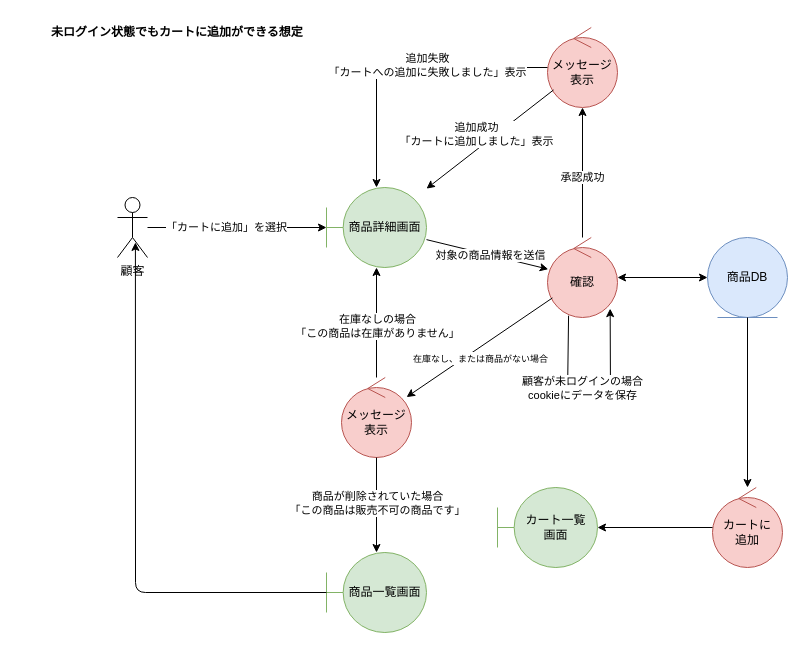
The draw.io diagram BB/analysis_cart.drawio in FujikawaHirono0520/group3_1_dogdog, before the edit. Source tidied: cells renumbered, new cells numbered last; positions are measured from the earlier drawing's top-left corner, leaving out a move shared by most shapes. Both pictures are drawn from the tidied source at 100%, with x=0, y=0 at pixel (17, 17).
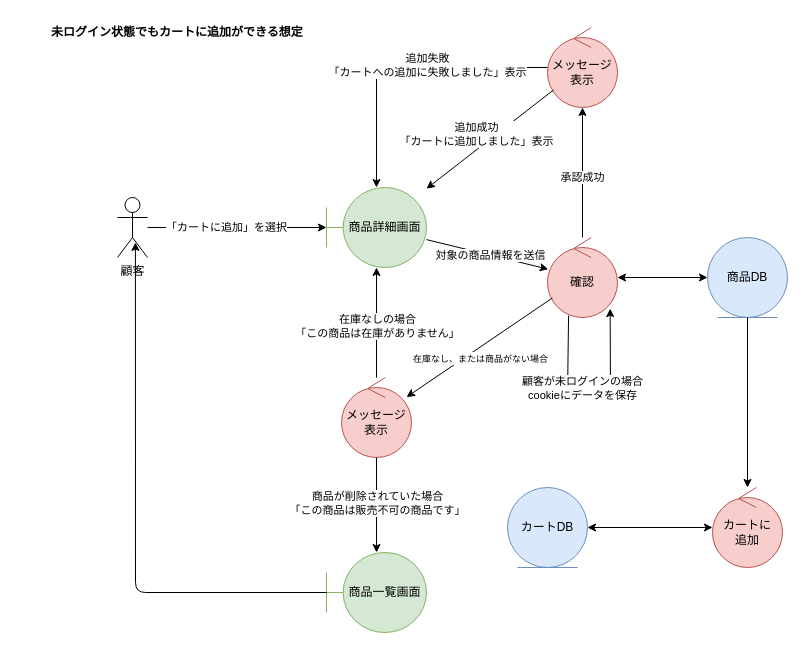
The same page after the edit.

The change refers to these unchanged cells:
```xml
<mxCell id="17" value="カートに&lt;div&gt;追加&lt;/div&gt;" style="ellipse;shape=umlControl;whiteSpace=wrap;html=1;fillColor=#f8cecc;strokeColor=#b85450;" parent="1" vertex="1">
  <mxGeometry x="695" y="470" width="70" height="80" as="geometry" />
</mxCell>
```

What changed in the source:
```diff
@@
-    <mxCell id="19" value="カート一覧&lt;div&gt;画面&lt;/div&gt;" style="shape=umlBoundary;whiteSpace=wrap;html=1;fillColor=#d5e8d4;strokeColor=#82b366;" parent="1" vertex="1">
-      <mxGeometry x="480" y="470" width="100" height="80" as="geometry" />
-    </mxCell>
-    <mxCell id="20" style="endArrow=classic;html=1;" parent="1" edge="1" source="17" target="19">
-      <mxGeometry relative="1" as="geometry" />
-    </mxCell>
@@
+    <mxCell id="34" value="カートDB" style="ellipse;shape=umlEntity;whiteSpace=wrap;html=1;fillColor=#dae8fc;strokeColor=#6c8ebf;" parent="1" vertex="1">
+      <mxGeometry x="490" y="470" width="80" height="80" as="geometry" />
+    </mxCell>
+    <mxCell id="35" style="endArrow=classic;startArrow=classic;html=1;" parent="1" edge="1" source="34" target="17">
+      <mxGeometry relative="1" as="geometry" />
+    </mxCell>
```
